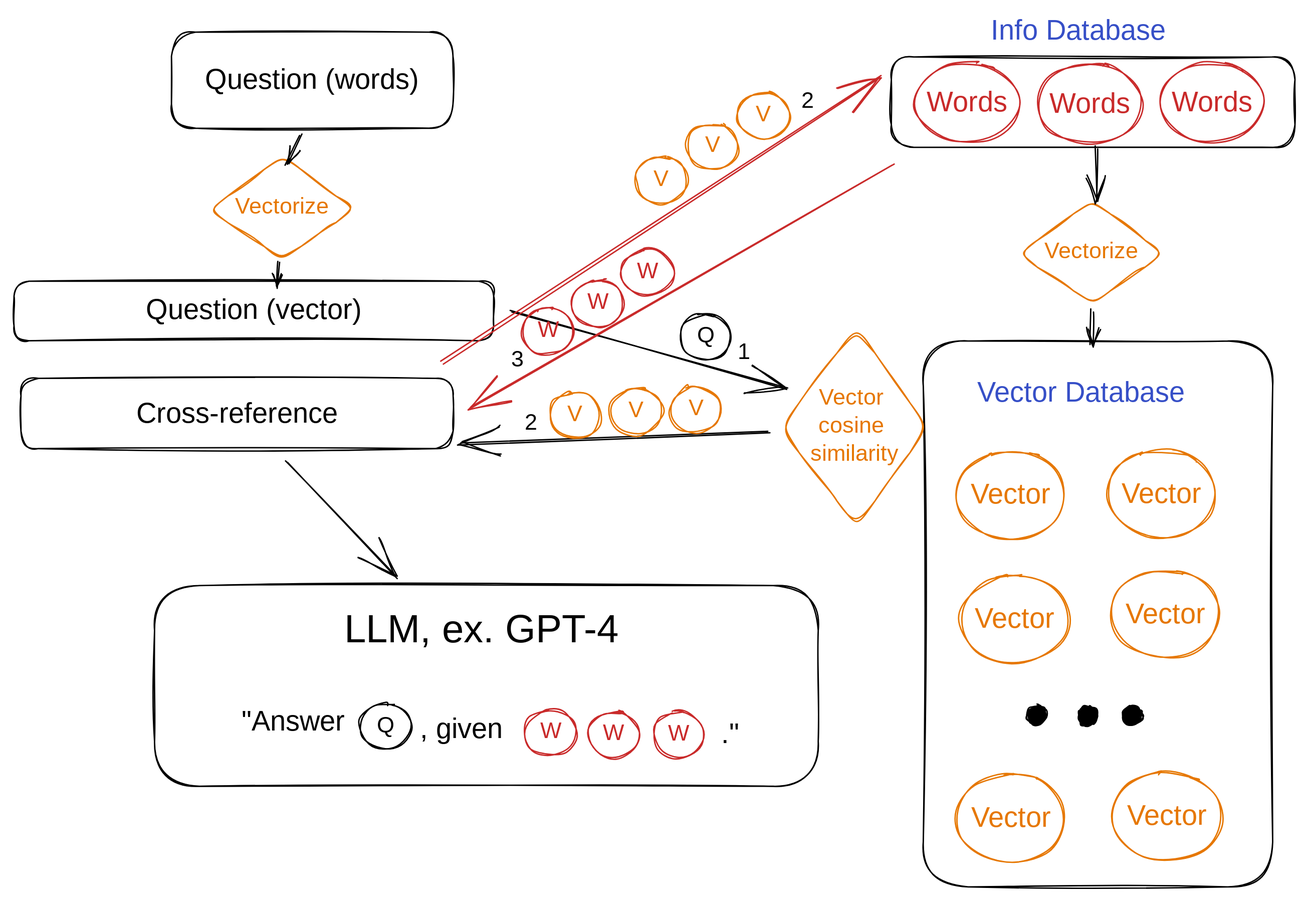
Above: docs/.gitbook/assets/file.excalidraw (1).svg in preritdas/jeeves (Excalidraw), before the change. Source tidied: one line per element, renumbered; positions are measured from the earlier drawing's top-left corner, leaving out a move shared by most shapes.
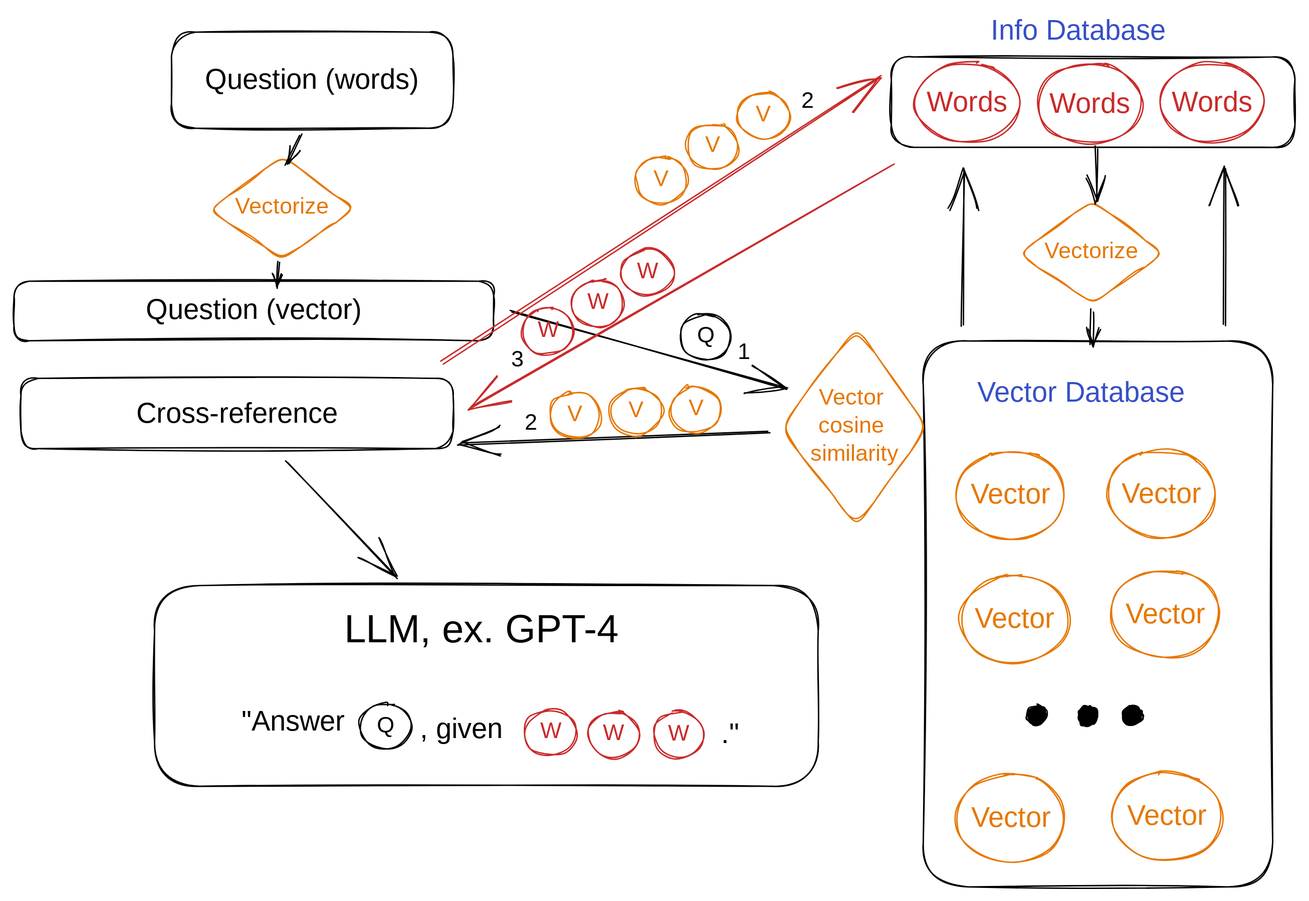
The same file after the commit.

Commit message:
GITBOOK-19: Vector back up to info store.

Diff of the diagram source:
```diff
@@ -81,3 +81,5 @@
 {"id": 80, "type": "text", "text": "W", "strokeColor": "#c92a2a", "strokeWidth": 1, "roughness": 1, "fontSize": 16, "fontFamily": 1, "textAlign": "center", "verticalAlign": "middle", "inside": 79, "x": 409, "y": 196, "width": 14, "height": 20}
 {"id": 81, "type": "ellipse", "strokeColor": "#c92a2a", "strokeWidth": 1, "roughness": 1, "round": true, "x": 433, "y": 168, "width": 37, "height": 33}
 {"id": 82, "type": "text", "text": "W", "strokeColor": "#c92a2a", "strokeWidth": 1, "roughness": 1, "fontSize": 16, "fontFamily": 1, "textAlign": "center", "verticalAlign": "middle", "inside": 81, "x": 444, "y": 174, "width": 14, "height": 20}
+{"id": 83, "type": "arrow", "strokeColor": "#000000", "strokeWidth": 1, "roughness": 1, "endArrowhead": "arrow", "round": true, "from": 0, "to": 35, "x": 676, "y": 222, "width": 0, "height": 112, "points": [[0, 0], [0, -112]]}
+{"id": 84, "type": "arrow", "strokeColor": "#000000", "strokeWidth": 1, "roughness": 1, "endArrowhead": "arrow", "round": true, "from": 0, "to": 35, "x": 864, "y": 222, "width": 0, "height": 112, "points": [[0, 0], [0, -112]]}
```
